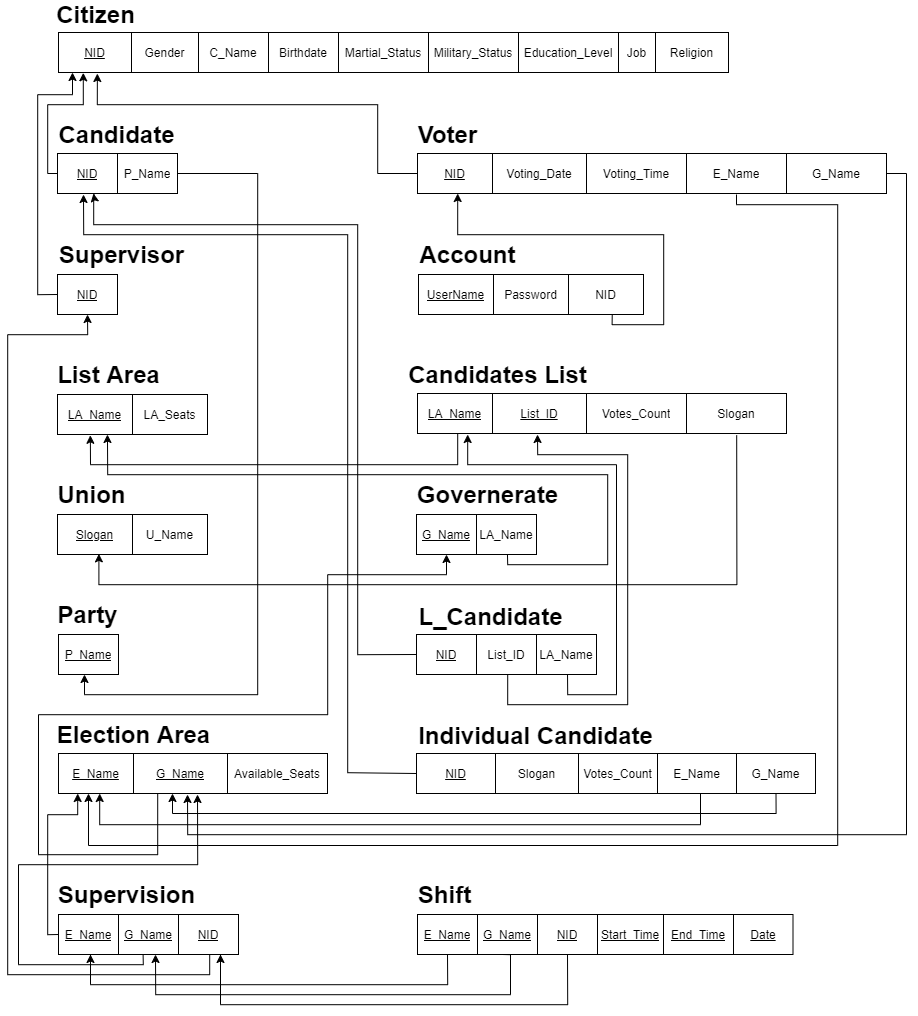
ziad-khobeiz/e-voting-system keeps this draw.io diagram as schema.png. Above is the earlier version. Source tidied: cells renumbered, new cells last; positions are measured from the earlier drawing's top-left corner, leaving out a move shared by most shapes.
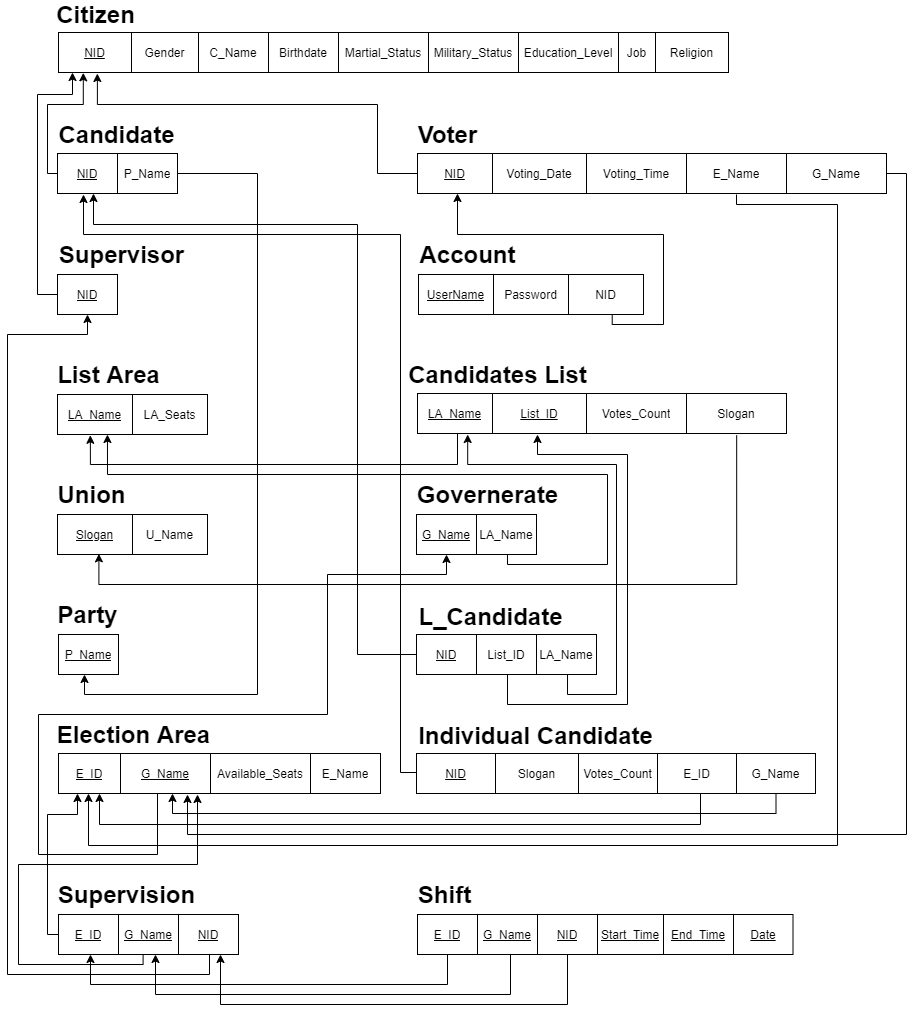
Above is the later version.

Commit message:
Edited Election Area Table

Change to the diagram source:
```diff
@@ -114,20 +114,23 @@
       <mxGeometry x="40" y="600" width="80" height="20" as="geometry" />
     </mxCell>
     <mxCell id="39" style="shape=table;html=1;whiteSpace=wrap;startSize=0;" parent="1" vertex="1">
-      <mxGeometry x="51" y="749" width="269" height="40" as="geometry" />
+      <mxGeometry x="51" y="749" width="322" height="40" as="geometry" />
     </mxCell>
     <mxCell id="40" style="shape=partialRectangle;html=1;whiteSpace=wrap;fillColor=none;top=0;left=0;bottom=0;right=0;points=[[0,0.5],[1,0.5]];portConstraint=eastwest;" parent="39" vertex="1">
-      <mxGeometry width="269" height="40" as="geometry" />
+      <mxGeometry width="322" height="40" as="geometry" />
     </mxCell>
-    <mxCell id="41" value="&lt;u&gt;E_Name&lt;/u&gt;" style="shape=partialRectangle;html=1;whiteSpace=wrap;overflow=hidden;fillColor=none;top=0;left=0;bottom=0;right=0;" parent="40" vertex="1">
-      <mxGeometry width="75" height="40" as="geometry" />
+    <mxCell id="41" value="&lt;u&gt;E_ID&lt;/u&gt;" style="shape=partialRectangle;html=1;whiteSpace=wrap;overflow=hidden;fillColor=none;top=0;left=0;bottom=0;right=0;" parent="40" vertex="1">
+      <mxGeometry width="62" height="40" as="geometry" />
     </mxCell>
     <mxCell id="42" value="&lt;u&gt;G_Name&lt;/u&gt;" style="shape=partialRectangle;html=1;whiteSpace=wrap;overflow=hidden;fillColor=none;top=0;left=0;bottom=0;right=0;" parent="40" vertex="1">
-      <mxGeometry x="75" width="94" height="40" as="geometry" />
+      <mxGeometry x="62" width="90" height="40" as="geometry" />
     </mxCell>
     <mxCell id="43" value="Available_Seats" style="shape=partialRectangle;html=1;whiteSpace=wrap;overflow=hidden;fillColor=none;top=0;left=0;bottom=0;right=0;" parent="40" vertex="1">
-      <mxGeometry x="169" width="100" height="40" as="geometry" />
+      <mxGeometry x="152" width="100" height="40" as="geometry" />
     </mxCell>
+    <mxCell id="121" value="E_Name" style="shape=partialRectangle;html=1;whiteSpace=wrap;overflow=hidden;fillColor=none;top=0;left=0;bottom=0;right=0;" parent="40" vertex="1">
+      <mxGeometry x="252" width="70" height="40" as="geometry" />
+    </mxCell>
     <mxCell id="44" value="&lt;font size=&quot;1&quot;&gt;&lt;b style=&quot;font-size: 24px&quot;&gt;Election Area&lt;/b&gt;&lt;/font&gt;" style="text;html=1;align=center;verticalAlign=middle;" parent="1" vertex="1">
       <mxGeometry x="41" y="720" width="170" height="20" as="geometry" />
     </mxCell>
@@ -274,7 +277,7 @@
     <mxCell id="83" value="Votes_Count" style="shape=partialRectangle;html=1;whiteSpace=wrap;overflow=hidden;fillColor=none;top=0;left=0;bottom=0;right=0;" parent="80" vertex="1">
       <mxGeometry x="162" width="79" height="40" as="geometry" />
     </mxCell>
-    <mxCell id="84" value="E_Name" style="shape=partialRectangle;html=1;whiteSpace=wrap;overflow=hidden;fillColor=none;top=0;left=0;bottom=0;right=0;" parent="80" vertex="1">
+    <mxCell id="84" value="E_ID" style="shape=partialRectangle;html=1;whiteSpace=wrap;overflow=hidden;fillColor=none;top=0;left=0;bottom=0;right=0;" parent="80" vertex="1">
       <mxGeometry x="241" width="79" height="40" as="geometry" />
     </mxCell>
     <mxCell id="85" value="G_Name" style="shape=partialRectangle;html=1;whiteSpace=wrap;overflow=hidden;fillColor=none;top=0;left=0;bottom=0;right=0;" parent="80" vertex="1">
@@ -287,8 +290,9 @@
       <mxGeometry relative="1" as="geometry">
         <mxPoint x="76" y="190" as="targetPoint" />
         <Array as="points">
-          <mxPoint x="340" y="768" />
-          <mxPoint x="340" y="230" />
+          <mxPoint x="409" y="768" />
+          <mxPoint x="393" y="768" />
+          <mxPoint x="393" y="230" />
           <mxPoint x="76" y="230" />
         </Array>
       </mxGeometry>
@@ -417,7 +421,7 @@
     <mxCell id="101" style="shape=partialRectangle;html=1;whiteSpace=wrap;fillColor=none;top=0;left=0;bottom=0;right=0;points=[[0,0.5],[1,0.5]];portConstraint=eastwest;" parent="100" vertex="1">
       <mxGeometry width="180" height="40" as="geometry" />
     </mxCell>
-    <mxCell id="102" value="&lt;u&gt;E_Name&lt;/u&gt;" style="shape=partialRectangle;html=1;whiteSpace=wrap;overflow=hidden;fillColor=none;top=0;left=0;bottom=0;right=0;" parent="101" vertex="1">
+    <mxCell id="102" value="&lt;u&gt;E_ID&lt;/u&gt;" style="shape=partialRectangle;html=1;whiteSpace=wrap;overflow=hidden;fillColor=none;top=0;left=0;bottom=0;right=0;" parent="101" vertex="1">
       <mxGeometry width="60" height="40" as="geometry" />
     </mxCell>
     <mxCell id="103" value="&lt;u&gt;G_Name&lt;/u&gt;" style="shape=partialRectangle;html=1;whiteSpace=wrap;overflow=hidden;fillColor=none;top=0;left=0;bottom=0;right=0;" parent="101" vertex="1">
@@ -466,7 +470,7 @@
     <mxCell id="110" style="shape=partialRectangle;html=1;whiteSpace=wrap;fillColor=none;top=0;left=0;bottom=0;right=0;" parent="109" vertex="1">
       <mxGeometry width="375.5" height="40" as="geometry" />
     </mxCell>
-    <mxCell id="111" value="&lt;u&gt;E_Name&lt;/u&gt;" style="shape=partialRectangle;html=1;whiteSpace=wrap;overflow=hidden;fillColor=none;top=0;left=0;bottom=0;right=0;" parent="110" vertex="1">
+    <mxCell id="111" value="&lt;u&gt;E_ID&lt;/u&gt;" style="shape=partialRectangle;html=1;whiteSpace=wrap;overflow=hidden;fillColor=none;top=0;left=0;bottom=0;right=0;" parent="110" vertex="1">
       <mxGeometry width="60" height="40" as="geometry" />
     </mxCell>
     <mxCell id="112" value="&lt;u&gt;G_Name&lt;/u&gt;" style="shape=partialRectangle;html=1;whiteSpace=wrap;overflow=hidden;fillColor=none;top=0;left=0;bottom=0;right=0;" parent="110" vertex="1">
```
